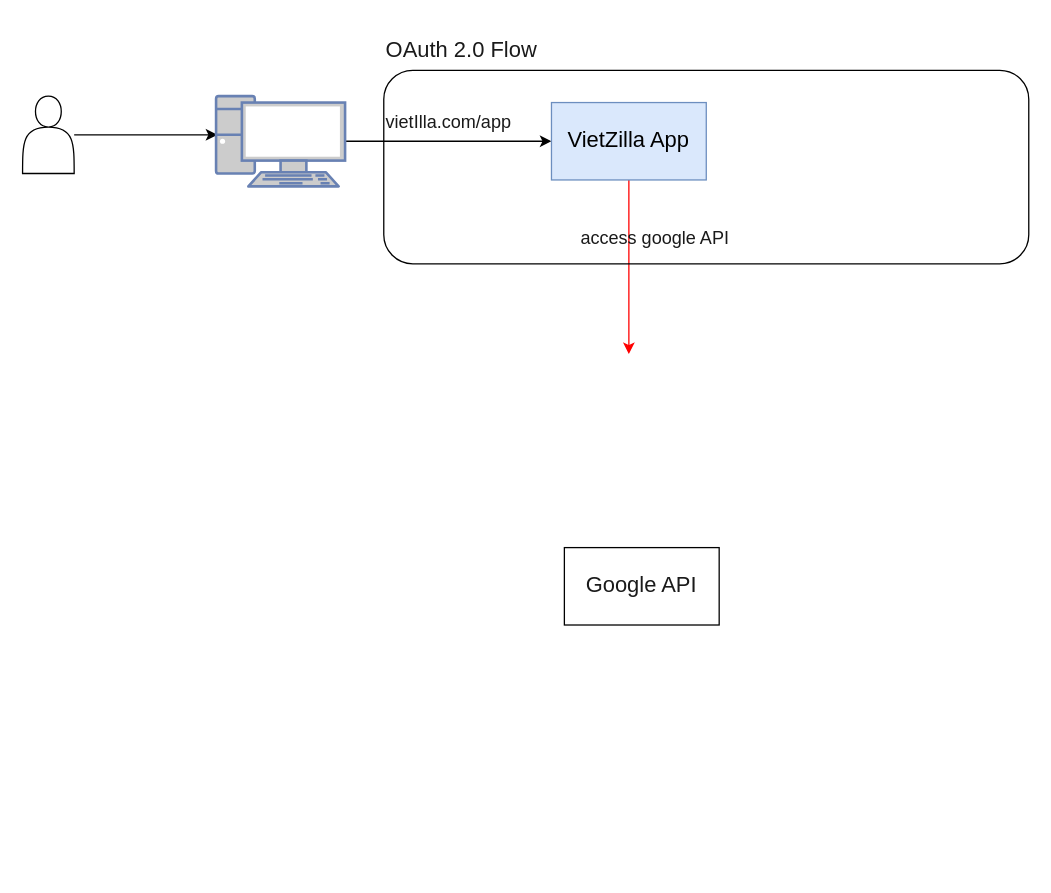
Earlier version of the draw.io diagram draw-io/OAuth_VietZilla.drawio (vietzilla/docuviet). Source tidied: cells renumbered, new cells numbered last; positions are measured from the earlier drawing's top-left corner, leaving out a move shared by most shapes. Both pictures are drawn from the tidied source at 129%, with x=0, y=0 at pixel (22, 31).
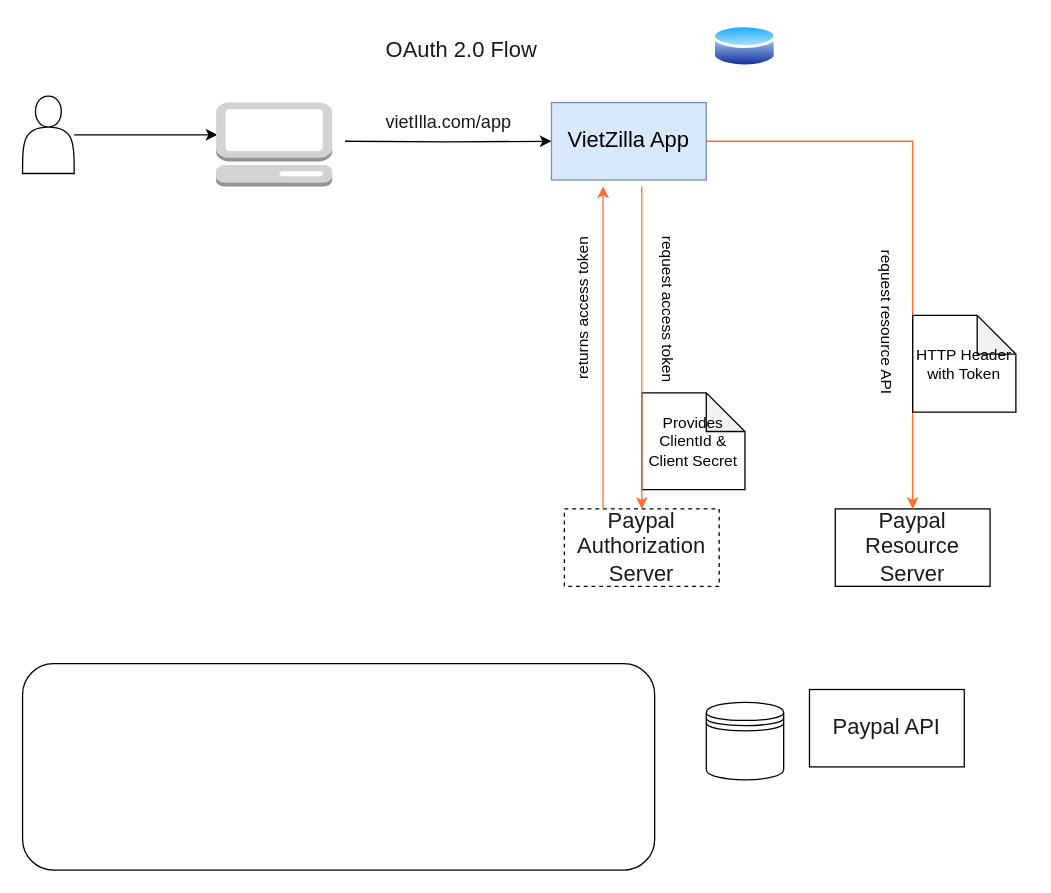
The same diagram, later.

Unchanged cells that the change refers to:
```xml
<mxCell id="9" value="VietZilla App" style="rounded=0;whiteSpace=wrap;html=1;fontSize=17;fillColor=#dae8fc;strokeColor=#6c8ebf;" parent="1" vertex="1">
  <mxGeometry x="410" y="55" width="120" height="60" as="geometry" />
</mxCell>
```

Diff of the diagram source:
```diff
@@
-    <mxCell id="3" value="Google API" style="whiteSpace=wrap;html=1;fontSize=17;fontColor=#1A1A1A;" parent="1" vertex="1">
-      <mxGeometry x="420" y="400" width="120" height="60" as="geometry" />
+    <mxCell id="3" value="Paypal Authorization&lt;br&gt;Server" style="whiteSpace=wrap;html=1;fontSize=17;fontColor=#1A1A1A;dashed=1;" parent="1" vertex="1">
+      <mxGeometry x="420" y="370" width="120" height="60" as="geometry" />
     </mxCell>
@@
-    <mxCell id="6" style="edgeStyle=orthogonalEdgeStyle;rounded=0;jettySize=auto;html=1;fontSize=14;fontColor=#1A1A1A;" parent="1" edge="1" source="7" target="9">
-      <mxGeometry relative="1" as="geometry" />
+    <mxCell id="6" style="edgeStyle=orthogonalEdgeStyle;rounded=0;jettySize=auto;html=1;fontSize=14;fontColor=#1A1A1A;" parent="1" edge="1" target="9">
+      <mxGeometry relative="1" as="geometry">
+        <mxPoint x="250" y="85" as="sourcePoint" />
+      </mxGeometry>
     </mxCell>
-    <mxCell id="7" style="fontColor=#0066CC;verticalAlign=top;verticalLabelPosition=bottom;labelPosition=center;align=center;html=1;outlineConnect=0;fillColor=#CCCCCC;strokeColor=#6881B3;gradientColor=none;gradientDirection=north;strokeWidth=2;shape=mxgraph.networks.pc;fontSize=17;" parent="1" vertex="1">
-      <mxGeometry x="150" y="50" width="100" height="70" as="geometry" />
-    </mxCell>
-    <mxCell id="8" style="edgeStyle=orthogonalEdgeStyle;rounded=0;jettySize=auto;html=1;fontSize=14;fontColor=#1A1A1A;strokeColor=#FF0000;" parent="1" edge="1" source="9">
-      <mxGeometry relative="1" as="geometry">
-        <mxPoint x="470" y="250" as="targetPoint" />
-      </mxGeometry>
-    </mxCell>
@@
-    <mxCell id="11" value="access google API" style="text;html=1;align=center;verticalAlign=middle;strokeColor=none;fillColor=none;fontSize=14;fontColor=#1A1A1A;" parent="1" vertex="1">
-      <mxGeometry x="420" y="145" width="140" height="30" as="geometry" />
-    </mxCell>
-    <mxCell id="12" style="rounded=1;whiteSpace=wrap;html=1;fontSize=14;fontColor=#1A1A1A;fillColor=none;gradientColor=#ffffff;" parent="1" vertex="1">
-      <mxGeometry x="280" y="30" width="500" height="150" as="geometry" />
+    <mxCell id="12" style="rounded=1;whiteSpace=wrap;html=1;fontSize=14;fontColor=#1A1A1A;fillColor=none;gradientColor=#ffffff;glass=0;" parent="1" vertex="1">
+      <mxGeometry y="490" width="490" height="160" as="geometry" />
     </mxCell>
+    <mxCell id="13" style="perimeter=ellipsePerimeter;html=1;align=center;shadow=0;dashed=0;spacingTop=3;image;image=img/lib/active_directory/database.svg;rounded=1;glass=0;fillColor=none;" parent="1" vertex="1">
+      <mxGeometry x="535" y="-7" width="50" height="37" as="geometry" />
+    </mxCell>
+    <mxCell id="14" style="shape=datastore;whiteSpace=wrap;html=1;rounded=1;glass=0;fillColor=none;" parent="1" vertex="1">
+      <mxGeometry x="530" y="520" width="60" height="60" as="geometry" />
+    </mxCell>
+    <mxCell id="15" style="dashed=0;verticalLabelPosition=bottom;verticalAlign=top;align=center;html=1;shape=mxgraph.aws3.management_console;fillColor=#D2D3D3;gradientColor=none;rounded=1;glass=0;" parent="1" vertex="1">
+      <mxGeometry x="150" y="55" width="90" height="65" as="geometry" />
+    </mxCell>
+    <mxCell id="16" value="Paypal API" style="whiteSpace=wrap;html=1;fontSize=17;fontColor=#1A1A1A;" parent="1" vertex="1">
+      <mxGeometry x="610" y="510" width="120" height="60" as="geometry" />
+    </mxCell>
+    <mxCell id="17" value="Provides ClientId &amp;amp;&lt;br&gt;Client Secret" style="shape=note;whiteSpace=wrap;html=1;backgroundOutline=1;darkOpacity=0.05;rounded=1;glass=0;fillColor=none;size=30;" parent="1" vertex="1">
+      <mxGeometry x="480" y="280" width="80" height="75" as="geometry" />
+    </mxCell>
+    <mxCell id="18" value="Paypal Resource&lt;br&gt;Server" style="whiteSpace=wrap;html=1;fontSize=17;fontColor=#1A1A1A;" parent="1" vertex="1">
+      <mxGeometry x="630" y="370" width="120" height="60" as="geometry" />
+    </mxCell>
+    <mxCell id="19" style="endArrow=classic;html=1;rounded=0;strokeColor=#FF6E30;entryX=0.5;entryY=0;entryDx=0;entryDy=0;" parent="1" edge="1" target="3">
+      <mxGeometry relative="1" as="geometry">
+        <mxPoint x="480" y="120" as="sourcePoint" />
+      </mxGeometry>
+    </mxCell>
+    <mxCell id="20" value="request access token&lt;br&gt;" style="text;html=1;align=center;verticalAlign=middle;strokeColor=none;fillColor=none;rotation=90;" parent="1" vertex="1">
+      <mxGeometry x="430" y="200" width="140" height="30" as="geometry" />
+    </mxCell>
+    <mxCell id="21" style="endArrow=classic;html=1;rounded=0;strokeColor=#FF6E30;" parent="1" edge="1">
+      <mxGeometry relative="1" as="geometry">
+        <mxPoint x="450" y="370" as="sourcePoint" />
+        <mxPoint x="450" y="120" as="targetPoint" />
+        <Array as="points">
+          <mxPoint x="450" y="370" />
+        </Array>
+      </mxGeometry>
+    </mxCell>
+    <mxCell id="22" value="returns access token&lt;br&gt;" style="text;html=1;align=center;verticalAlign=middle;strokeColor=none;fillColor=none;rotation=-90;" parent="1" vertex="1">
+      <mxGeometry x="370" y="200" width="130" height="30" as="geometry" />
+    </mxCell>
+    <mxCell id="23" style="endArrow=classic;html=1;rounded=0;strokeColor=#FF6E30;exitX=1;exitY=0.5;exitDx=0;exitDy=0;entryX=0.5;entryY=0;entryDx=0;entryDy=0;" parent="1" edge="1" source="9" target="18">
+      <mxGeometry relative="1" as="geometry">
+        <Array as="points">
+          <mxPoint x="690" y="85" />
+        </Array>
+      </mxGeometry>
+    </mxCell>
+    <mxCell id="24" value="HTTP Header&lt;br&gt;with Token" style="shape=note;whiteSpace=wrap;html=1;backgroundOutline=1;darkOpacity=0.05;rounded=1;glass=0;fillColor=none;size=30;" parent="1" vertex="1">
+      <mxGeometry x="690" y="220" width="80" height="75" as="geometry" />
+    </mxCell>
+    <mxCell id="25" value="request resource API&lt;br&gt;" style="text;html=1;align=center;verticalAlign=middle;strokeColor=none;fillColor=none;rotation=90;" parent="1" vertex="1">
+      <mxGeometry x="600" y="210" width="140" height="30" as="geometry" />
+    </mxCell>
```
